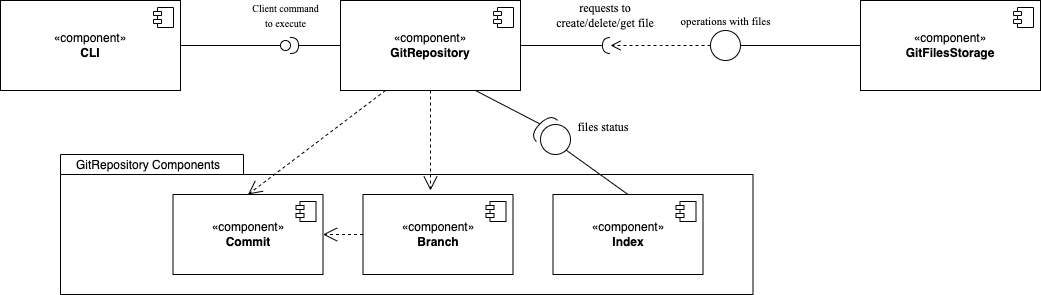
Before: images/GIT-component-diagram.png, a diagram exported from draw.io (alexbuyan/HW_SD). Source tidied: cells renumbered, new cells last; positions are measured from the earlier drawing's top-left corner, leaving out a move shared by most shapes.
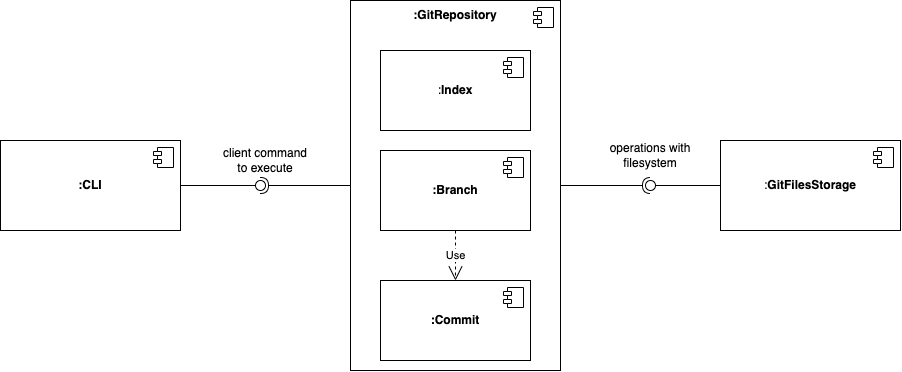
The same diagram one commit later.

Commit message:
update diagram of components

What changed in the source:
```diff
@@ -2,117 +2,91 @@
   <root>
     <mxCell id="0" />
     <mxCell id="1" parent="0" />
-    <mxCell id="2" value="«component»&lt;br&gt;&lt;b&gt;CLI&lt;/b&gt;" style="html=1;whiteSpace=wrap;" parent="1" vertex="1">
-      <mxGeometry width="180" height="90" as="geometry" />
+    <mxCell id="2" value="&lt;b&gt;:CLI&lt;/b&gt;" style="html=1;whiteSpace=wrap;" parent="1" vertex="1">
+      <mxGeometry x="-10" y="140" width="180" height="90" as="geometry" />
     </mxCell>
     <mxCell id="3" style="shape=module;jettyWidth=8;jettyHeight=4;" parent="2" vertex="1">
       <mxGeometry x="1" width="20" height="20" relative="1" as="geometry">
         <mxPoint x="-27" y="7" as="offset" />
       </mxGeometry>
     </mxCell>
-    <mxCell id="4" value="«component»&lt;br&gt;&lt;b&gt;GitRepository&lt;/b&gt;" style="html=1;whiteSpace=wrap;" parent="1" vertex="1">
-      <mxGeometry x="340" width="180" height="90" as="geometry" />
+    <mxCell id="4" style="html=1;whiteSpace=wrap;" parent="1" vertex="1">
+      <mxGeometry x="340" width="210" height="370" as="geometry" />
     </mxCell>
     <mxCell id="5" style="shape=module;jettyWidth=8;jettyHeight=4;" parent="4" vertex="1">
       <mxGeometry x="1" width="20" height="20" relative="1" as="geometry">
         <mxPoint x="-27" y="7" as="offset" />
       </mxGeometry>
     </mxCell>
-    <mxCell id="6" style="rounded=0;jettySize=auto;html=1;endArrow=none;endFill=0;sketch=0;sourcePerimeterSpacing=0;targetPerimeterSpacing=0;exitX=1;exitY=0.5;exitDx=0;exitDy=0;" parent="1" edge="1" source="2" target="8">
-      <mxGeometry relative="1" as="geometry" />
-    </mxCell>
-    <mxCell id="7" style="rounded=0;jettySize=auto;html=1;endArrow=halfCircle;endFill=0;endSize=6;strokeWidth=1;sketch=0;exitX=0;exitY=0.5;exitDx=0;exitDy=0;" parent="1" edge="1" source="4" target="8">
-      <mxGeometry relative="1" as="geometry" />
-    </mxCell>
-    <mxCell id="8" style="ellipse;whiteSpace=wrap;html=1;align=center;points=[];outlineConnect=0;sketch=0;" parent="1" vertex="1">
-      <mxGeometry x="280" y="40" width="10" height="10" as="geometry" />
-    </mxCell>
-    <mxCell id="9" value="&lt;font face=&quot;Times New Roman&quot; style=&quot;font-size: 10px;&quot;&gt;Client command to execute&lt;/font&gt;" style="text;html=1;strokeColor=none;fillColor=none;align=center;verticalAlign=middle;whiteSpace=wrap;rounded=0;" parent="1" vertex="1">
-      <mxGeometry x="247.5" width="75" height="30" as="geometry" />
-    </mxCell>
-    <mxCell id="10" value="«component»&lt;br&gt;&lt;b&gt;GitFilesStorage&lt;/b&gt;" style="html=1;whiteSpace=wrap;" parent="1" vertex="1">
-      <mxGeometry x="860" width="180" height="90" as="geometry" />
+    <mxCell id="10" value=":&lt;b&gt;GitFilesStorage&lt;/b&gt;" style="html=1;whiteSpace=wrap;" parent="1" vertex="1">
+      <mxGeometry x="710" y="140" width="180" height="90" as="geometry" />
     </mxCell>
     <mxCell id="11" style="shape=module;jettyWidth=8;jettyHeight=4;" parent="10" vertex="1">
       <mxGeometry x="1" width="20" height="20" relative="1" as="geometry">
         <mxPoint x="-27" y="7" as="offset" />
       </mxGeometry>
     </mxCell>
-    <mxCell id="12" value="&lt;font face=&quot;Times New Roman&quot;&gt;operations with files&lt;/font&gt;" style="html=1;verticalAlign=bottom;endArrow=open;dashed=1;endSize=8;edgeStyle=elbowEdgeStyle;elbow=horizontal;curved=0;rounded=0;exitX=0;exitY=0.5;exitDx=0;exitDy=0;" parent="1" edge="1" source="13">
-      <mxGeometry x="-1" y="-21" relative="1" as="geometry">
-        <mxPoint x="610" y="45" as="targetPoint" />
-        <mxPoint x="15" y="6" as="offset" />
-      </mxGeometry>
-    </mxCell>
-    <mxCell id="13" style="ellipse;whiteSpace=wrap;html=1;" parent="1" vertex="1">
-      <mxGeometry x="710" y="30" width="30" height="30" as="geometry" />
-    </mxCell>
-    <mxCell id="14" style="rounded=0;jettySize=auto;html=1;endArrow=halfCircle;endFill=0;endSize=6;strokeWidth=1;sketch=0;exitX=1;exitY=0.5;exitDx=0;exitDy=0;" parent="1" edge="1" source="4">
-      <mxGeometry relative="1" as="geometry">
-        <mxPoint x="610" y="45" as="targetPoint" />
-      </mxGeometry>
-    </mxCell>
-    <mxCell id="15" style="endArrow=none;html=1;rounded=0;entryX=0;entryY=0.5;entryDx=0;entryDy=0;exitX=1;exitY=0.5;exitDx=0;exitDy=0;" parent="1" edge="1" source="13" target="10">
-      <mxGeometry relative="1" as="geometry" />
-    </mxCell>
-    <mxCell id="16" value="&lt;font face=&quot;Times New Roman&quot;&gt;requests to create/delete/get file&lt;/font&gt;" style="text;html=1;strokeColor=none;fillColor=none;align=center;verticalAlign=middle;whiteSpace=wrap;rounded=0;" parent="1" vertex="1">
-      <mxGeometry x="550" width="110" height="30" as="geometry" />
+    <mxCell id="16" value="operations with filesystem" style="text;html=1;strokeColor=none;fillColor=none;align=center;verticalAlign=middle;whiteSpace=wrap;rounded=0;" parent="1" vertex="1">
+      <mxGeometry x="585" y="140" width="110" height="30" as="geometry" />
     </mxCell>
-    <mxCell id="17" style="shape=folder;fontStyle=1;spacingTop=10;tabWidth=183;tabHeight=20;tabPosition=left;html=1;whiteSpace=wrap;" parent="1" vertex="1">
-      <mxGeometry x="60" y="154" width="692.5" height="140" as="geometry" />
-    </mxCell>
-    <mxCell id="18" value="«component»&lt;br&gt;&lt;b&gt;Commit&lt;/b&gt;" style="html=1;whiteSpace=wrap;" parent="1" vertex="1">
-      <mxGeometry x="172.5" y="194" width="150" height="80" as="geometry" />
+    <mxCell id="18" value="&lt;b&gt;:Commit&lt;/b&gt;" style="html=1;whiteSpace=wrap;" parent="1" vertex="1">
+      <mxGeometry x="370" y="280" width="150" height="80" as="geometry" />
     </mxCell>
     <mxCell id="19" style="shape=module;jettyWidth=8;jettyHeight=4;" parent="18" vertex="1">
       <mxGeometry x="1" width="20" height="20" relative="1" as="geometry">
         <mxPoint x="-27" y="7" as="offset" />
       </mxGeometry>
     </mxCell>
-    <mxCell id="20" value="«component»&lt;br&gt;&lt;b&gt;Branch&lt;/b&gt;" style="html=1;whiteSpace=wrap;" parent="1" vertex="1">
-      <mxGeometry x="362.5" y="194" width="150" height="80" as="geometry" />
+    <mxCell id="20" value="&lt;b&gt;:Branch&lt;/b&gt;" style="html=1;whiteSpace=wrap;" parent="1" vertex="1">
+      <mxGeometry x="370" y="150" width="150" height="80" as="geometry" />
     </mxCell>
     <mxCell id="21" style="shape=module;jettyWidth=8;jettyHeight=4;" parent="20" vertex="1">
       <mxGeometry x="1" width="20" height="20" relative="1" as="geometry">
         <mxPoint x="-27" y="7" as="offset" />
       </mxGeometry>
     </mxCell>
-    <mxCell id="22" value="«component»&lt;br&gt;&lt;b&gt;Index&lt;/b&gt;" style="html=1;whiteSpace=wrap;" parent="1" vertex="1">
-      <mxGeometry x="552.5" y="194" width="150" height="80" as="geometry" />
+    <mxCell id="22" value=":&lt;b&gt;Index&lt;/b&gt;" style="html=1;whiteSpace=wrap;" parent="1" vertex="1">
+      <mxGeometry x="370" y="50" width="150" height="80" as="geometry" />
     </mxCell>
     <mxCell id="23" style="shape=module;jettyWidth=8;jettyHeight=4;" parent="22" vertex="1">
       <mxGeometry x="1" width="20" height="20" relative="1" as="geometry">
         <mxPoint x="-27" y="7" as="offset" />
       </mxGeometry>
     </mxCell>
-    <mxCell id="24" value="GitRepository Components" style="text;html=1;strokeColor=none;fillColor=none;align=center;verticalAlign=middle;whiteSpace=wrap;rounded=0;" parent="1" vertex="1">
-      <mxGeometry x="72.5" y="150" width="150" height="30" as="geometry" />
-    </mxCell>
-    <mxCell id="25" style="endArrow=open;endSize=12;dashed=1;html=1;rounded=0;entryX=0.5;entryY=0;entryDx=0;entryDy=0;exitX=0.25;exitY=1;exitDx=0;exitDy=0;" parent="1" edge="1" source="4" target="18">
-      <mxGeometry relative="1" as="geometry" />
-    </mxCell>
-    <mxCell id="26" style="endArrow=open;endSize=12;dashed=1;html=1;rounded=0;exitX=0.5;exitY=1;exitDx=0;exitDy=0;" parent="1" edge="1" source="4">
-      <mxGeometry relative="1" as="geometry">
-        <mxPoint x="430" y="190" as="targetPoint" />
-      </mxGeometry>
-    </mxCell>
-    <mxCell id="27" style="ellipse;whiteSpace=wrap;html=1;" parent="1" vertex="1">
-      <mxGeometry x="540" y="124" width="30" height="30" as="geometry" />
-    </mxCell>
-    <mxCell id="28" value="&lt;font face=&quot;Times New Roman&quot;&gt;files status&lt;/font&gt;" style="text;html=1;strokeColor=none;fillColor=none;align=center;verticalAlign=middle;whiteSpace=wrap;rounded=0;" parent="1" vertex="1">
-      <mxGeometry x="548" y="112" width="110" height="30" as="geometry" />
-    </mxCell>
-    <mxCell id="29" style="endArrow=none;html=1;rounded=0;entryX=1;entryY=1;entryDx=0;entryDy=0;exitX=0.5;exitY=0;exitDx=0;exitDy=0;" parent="1" edge="1" source="22" target="27">
-      <mxGeometry relative="1" as="geometry" />
-    </mxCell>
-    <mxCell id="30" style="shape=requiredInterface;html=1;verticalLabelPosition=bottom;sketch=0;rotation=-135;" parent="1" vertex="1">
-      <mxGeometry x="538" y="112" width="10" height="30" as="geometry" />
-    </mxCell>
-    <mxCell id="31" style="endArrow=none;html=1;rounded=0;entryX=1;entryY=0.5;entryDx=0;entryDy=0;entryPerimeter=0;exitX=0.75;exitY=1;exitDx=0;exitDy=0;" parent="1" edge="1" source="4" target="30">
-      <mxGeometry relative="1" as="geometry" />
-    </mxCell>
+    <mxCell id="33" value="&lt;b&gt;:GitRepository&lt;/b&gt;" style="text;html=1;strokeColor=none;fillColor=none;align=center;verticalAlign=middle;whiteSpace=wrap;rounded=0;" parent="1" vertex="1">
+      <mxGeometry x="385" width="120" height="30" as="geometry" />
+    </mxCell>
-    <mxCell id="32" style="endArrow=open;endSize=12;dashed=1;html=1;rounded=0;entryX=1;entryY=0.5;entryDx=0;entryDy=0;exitX=0;exitY=0.5;exitDx=0;exitDy=0;" parent="1" edge="1" source="20" target="18">
+    <mxCell id="32" value="Use" style="endArrow=open;endSize=12;dashed=1;html=1;rounded=0;exitX=0.5;exitY=1;exitDx=0;exitDy=0;entryX=0.5;entryY=0;entryDx=0;entryDy=0;" parent="1" edge="1" source="20" target="18">
       <mxGeometry relative="1" as="geometry" />
     </mxCell>
+    <mxCell id="34" style="rounded=0;jettySize=auto;html=1;endArrow=halfCircle;endFill=0;endSize=6;strokeWidth=1;sketch=0;exitX=0;exitY=0.5;exitDx=0;exitDy=0;" parent="1" edge="1" source="4">
+      <mxGeometry relative="1" as="geometry">
+        <mxPoint x="250" y="185" as="targetPoint" />
+      </mxGeometry>
+    </mxCell>
+    <mxCell id="35" style="rounded=0;jettySize=auto;html=1;endArrow=oval;endFill=0;sketch=0;sourcePerimeterSpacing=0;targetPerimeterSpacing=0;endSize=10;exitX=1;exitY=0.5;exitDx=0;exitDy=0;" parent="1" edge="1" source="2">
+      <mxGeometry relative="1" as="geometry">
+        <mxPoint x="250" y="185" as="targetPoint" />
+      </mxGeometry>
+    </mxCell>
+    <mxCell id="36" style="ellipse;whiteSpace=wrap;html=1;align=center;fillColor=none;strokeColor=none;perimeter=centerPerimeter;" parent="1" vertex="1">
+      <mxGeometry x="325" y="150" width="10" height="10" as="geometry" />
+    </mxCell>
+    <mxCell id="37" value="client command to execute" style="text;html=1;strokeColor=none;fillColor=none;align=center;verticalAlign=middle;whiteSpace=wrap;rounded=0;" parent="1" vertex="1">
+      <mxGeometry x="210" y="145" width="90" height="30" as="geometry" />
+    </mxCell>
+    <mxCell id="38" style="rounded=0;jettySize=auto;html=1;endArrow=halfCircle;endFill=0;endSize=6;strokeWidth=1;sketch=0;exitX=1;exitY=0.5;exitDx=0;exitDy=0;" parent="1" edge="1" source="4">
+      <mxGeometry relative="1" as="geometry">
+        <mxPoint x="640" y="185" as="targetPoint" />
+      </mxGeometry>
+    </mxCell>
+    <mxCell id="39" style="rounded=0;jettySize=auto;html=1;endArrow=oval;endFill=0;sketch=0;sourcePerimeterSpacing=0;targetPerimeterSpacing=0;endSize=10;exitX=0;exitY=0.5;exitDx=0;exitDy=0;" parent="1" edge="1" source="10">
+      <mxGeometry relative="1" as="geometry">
+        <mxPoint x="640" y="185" as="targetPoint" />
+      </mxGeometry>
+    </mxCell>
+    <mxCell id="40" style="ellipse;whiteSpace=wrap;html=1;align=center;fillColor=none;strokeColor=none;perimeter=centerPerimeter;" parent="1" vertex="1">
+      <mxGeometry x="625" y="260" width="10" height="10" as="geometry" />
+    </mxCell>
   </root>
 </mxGraphModel>
```
